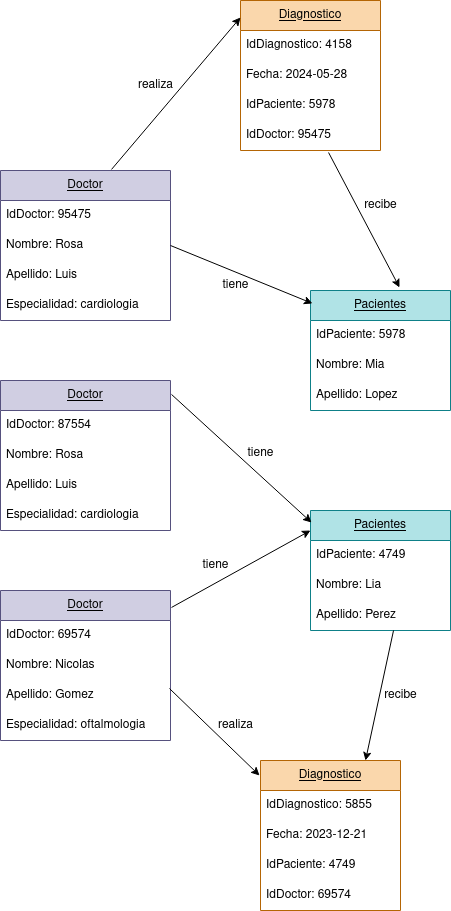
Earlier version of the draw.io export diagramas/tarea7 (hospital)/diagrama_objeto_sistema_hospitalario.png (Chugani05/entorno_de_desarrollo). Source tidied: cells renumbered, new cells last; positions are measured from the earlier drawing's top-left corner, leaving out a move shared by most shapes.
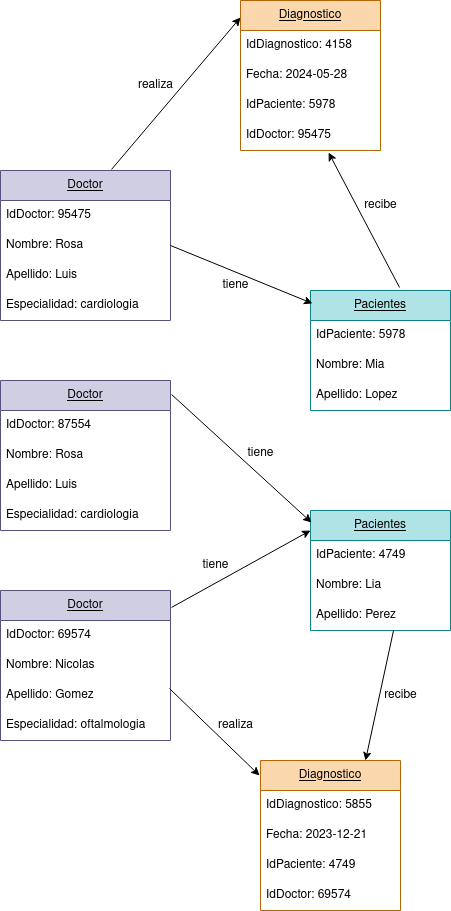
After the change.

What changed in the source:
```diff
@@ -136,7 +136,7 @@
     <mxCell id="45" style="endArrow=classic;html=1;rounded=0;exitX=1;exitY=0.5;exitDx=0;exitDy=0;entryX=0.014;entryY=0.108;entryDx=0;entryDy=0;entryPerimeter=0;endFill=1;" parent="1" edge="1" source="32" target="2">
       <mxGeometry relative="1" as="geometry" />
     </mxCell>
-    <mxCell id="46" style="endArrow=none;html=1;rounded=0;entryX=0.629;entryY=1.067;entryDx=0;entryDy=0;entryPerimeter=0;exitX=0.636;exitY=-0.025;exitDx=0;exitDy=0;exitPerimeter=0;startArrow=classic;startFill=1;" parent="1" edge="1" source="2" target="14">
+    <mxCell id="46" style="endArrow=classic;html=1;rounded=0;entryX=0.629;entryY=1.067;entryDx=0;entryDy=0;entryPerimeter=0;exitX=0.636;exitY=-0.025;exitDx=0;exitDy=0;exitPerimeter=0;startArrow=none;startFill=0;endFill=1;" parent="1" edge="1" source="2" target="14">
       <mxGeometry relative="1" as="geometry" />
     </mxCell>
     <mxCell id="47" value="recibe" style="text;html=1;align=center;verticalAlign=middle;strokeColor=none;fillColor=none;" parent="1" vertex="1">
```
